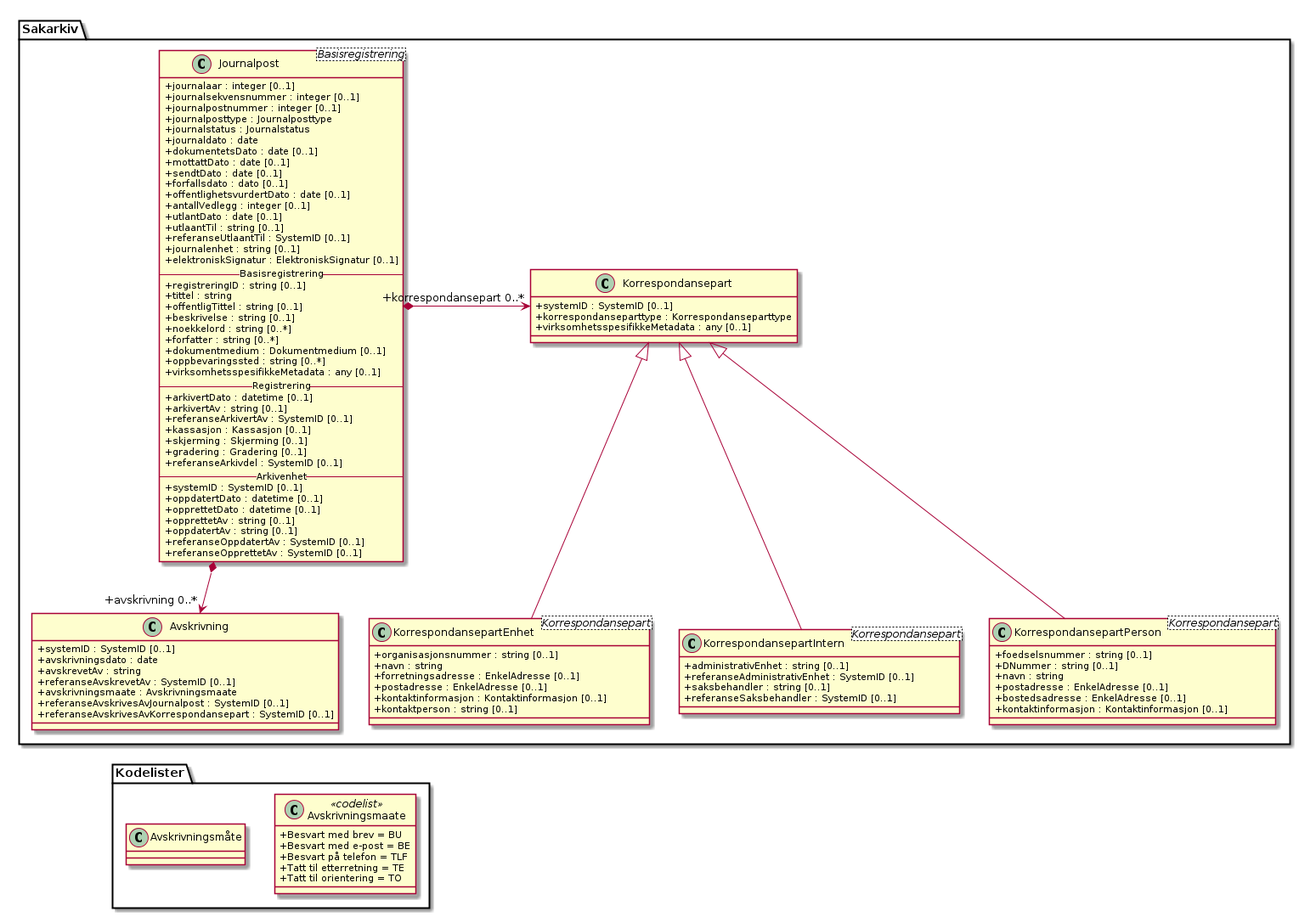
Above: kapitler/media/uml-klasse-avskrivning.png in arkivverket/noark5-tjenestegrensesnitt-standard (PlantUML), before the change.
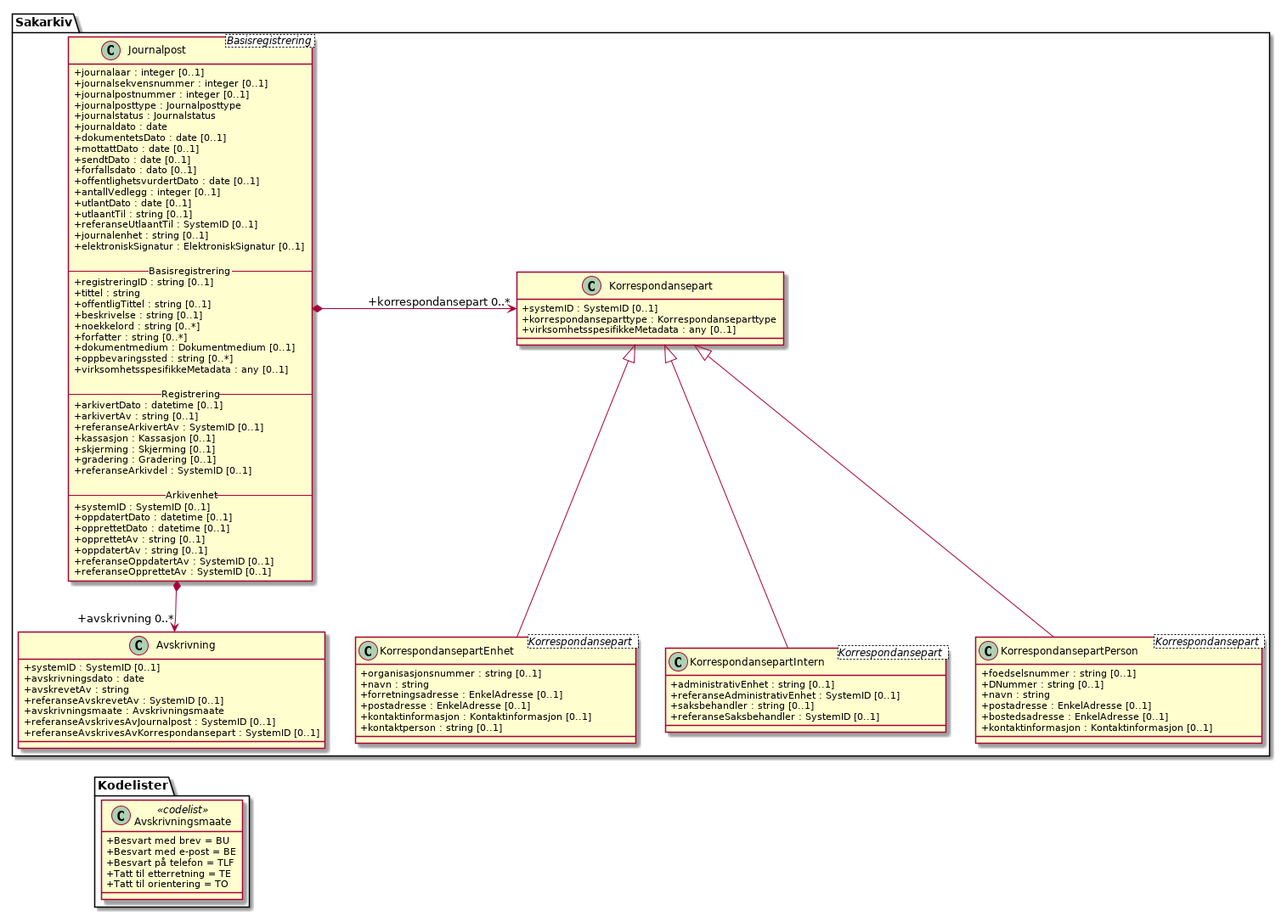
The same diagram one commit later.

Diff of the diagram source:
```diff
@@ -98,5 +98,5 @@
 Sakarkiv.Korrespondansepart <|-- Sakarkiv.KorrespondansepartEnhet
 Sakarkiv.Korrespondansepart <|-- Sakarkiv.KorrespondansepartIntern
 Sakarkiv.Journalpost *--> "+avskrivning 0..*" Sakarkiv.Avskrivning
-Sakarkiv.Avskrivning <-[hidden]- Kodelister.Avskrivningsmåte
+Sakarkiv.Avskrivning <-[hidden]- Kodelister.Avskrivningsmaate
 @enduml
```
